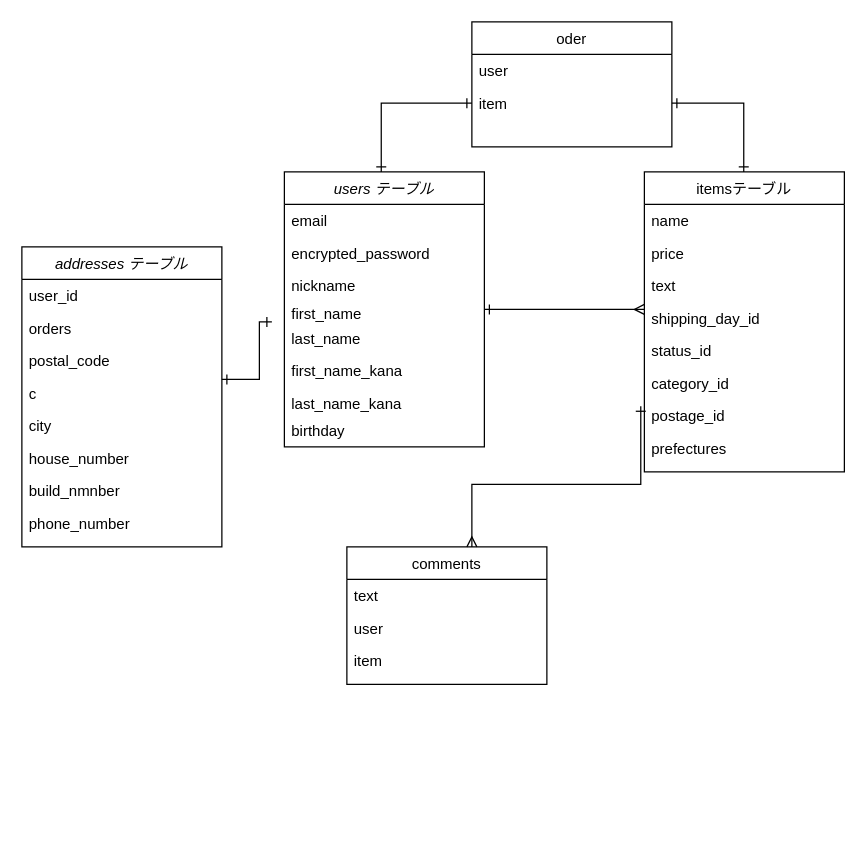
Before: test.dio in nmnchu/furima-34296, a draw.io diagram. Source tidied: cells renumbered, new cells numbered last; positions are measured from the earlier drawing's top-left corner, leaving out a move shared by most shapes. Both pictures are drawn from the tidied source at 125%, with x=0, y=0 at pixel (21, 21).
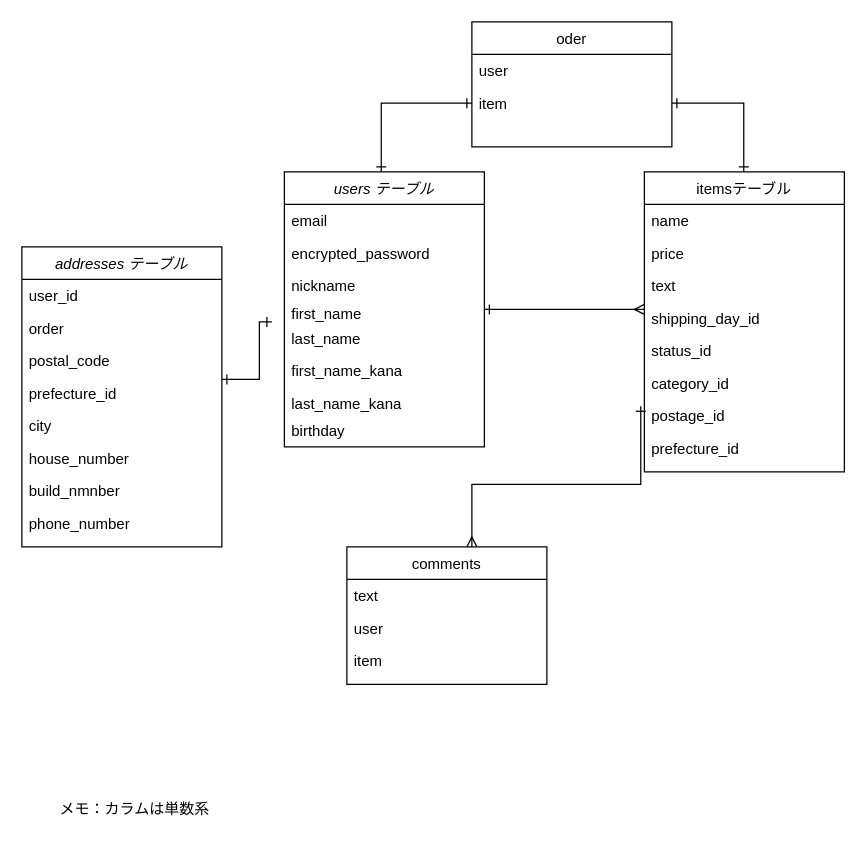
Above is the later version.

Unchanged cells that the change refers to:
```xml
<mxCell id="10" value="itemsテーブル" style="swimlane;fontStyle=0;align=center;verticalAlign=top;horizontal=1;startSize=26;rounded=0;shadow=0;strokeWidth=1;" parent="1" vertex="1">
  <mxGeometry x="498" y="120" width="160" height="240" as="geometry" />
</mxCell>
<mxCell id="20" value="addresses テーブル" style="swimlane;fontStyle=2;align=center;verticalAlign=top;horizontal=1;startSize=26;rounded=0;shadow=0;strokeWidth=1;" parent="1" vertex="1">
  <mxGeometry y="180" width="160" height="240" as="geometry" />
</mxCell>
```

Change to the diagram source:
```diff
@@
-    <mxCell id="18" value="prefectures" style="text;align=left;verticalAlign=top;spacingLeft=4;spacingRight=4;overflow=hidden;rounded=0;shadow=0;html=0;" parent="10" vertex="1">
+    <mxCell id="18" value="prefecture_id" style="text;align=left;verticalAlign=top;spacingLeft=4;spacingRight=4;overflow=hidden;rounded=0;shadow=0;html=0;" parent="10" vertex="1">
       <mxGeometry y="208" width="160" height="26" as="geometry" />
     </mxCell>
@@
-    <mxCell id="22" value="orders" style="text;align=left;verticalAlign=top;spacingLeft=4;spacingRight=4;overflow=hidden;rounded=0;shadow=0;html=0;" parent="20" vertex="1">
+    <mxCell id="22" value="order" style="text;align=left;verticalAlign=top;spacingLeft=4;spacingRight=4;overflow=hidden;rounded=0;shadow=0;html=0;" parent="20" vertex="1">
       <mxGeometry y="52" width="160" height="26" as="geometry" />
     </mxCell>
@@
-    <mxCell id="24" value="c" style="text;align=left;verticalAlign=top;spacingLeft=4;spacingRight=4;overflow=hidden;points=[[0,0.5],[1,0.5]];portConstraint=eastwest;rounded=0;shadow=0;html=0;" parent="20" vertex="1">
+    <mxCell id="24" value="prefecture_id" style="text;align=left;verticalAlign=top;spacingLeft=4;spacingRight=4;overflow=hidden;points=[[0,0.5],[1,0.5]];portConstraint=eastwest;rounded=0;shadow=0;html=0;" parent="20" vertex="1">
       <mxGeometry y="104" width="160" height="26" as="geometry" />
     </mxCell>
@@
+    <mxCell id="41" value="メモ：カラムは単数系" style="text;html=1;align=center;verticalAlign=middle;" parent="1" vertex="1">
+      <mxGeometry x="25" y="620" width="130" height="20" as="geometry" />
+    </mxCell>
```
